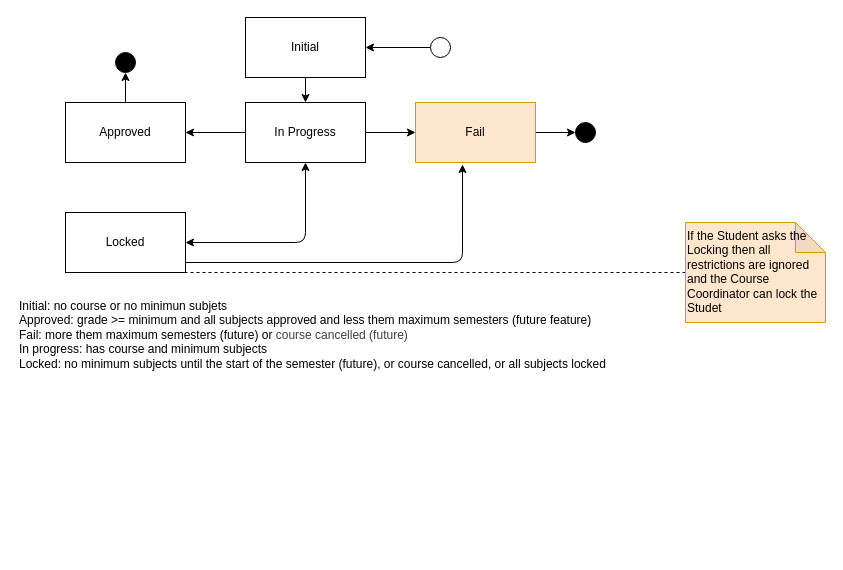
This is page "StudentState" (4 of 10) of architecture/components-phase1.drawio from douglasdcm/tdd_detroid, a draw.io file, before an edit. Source tidied: cells renumbered, new cells numbered last; positions are measured from the earlier drawing's top-left corner, leaving out a move shared by most shapes. Both pictures are drawn from the tidied source at 100%, with x=0, y=0 at pixel (17, 17).
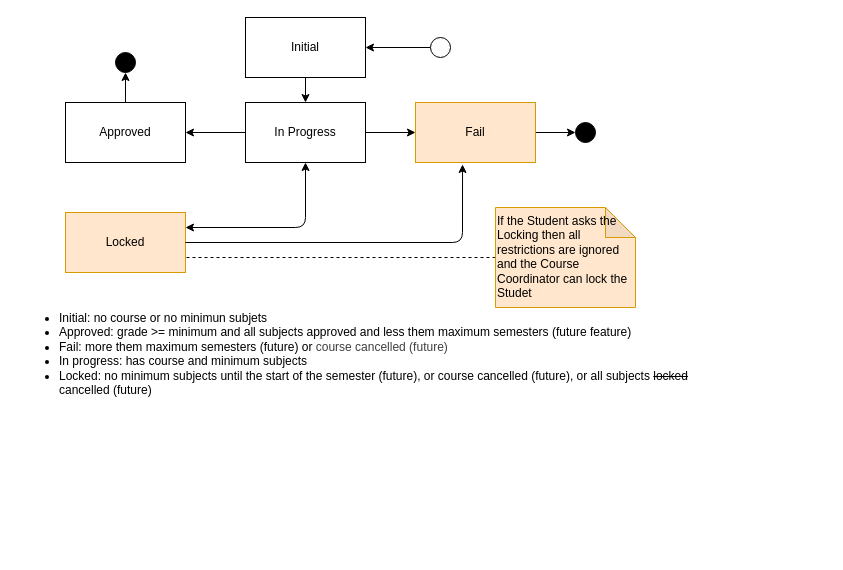
After the change.

Unchanged cells that the change refers to:
```xml
<mxCell id="7" value="In Progress" style="rounded=0;whiteSpace=wrap;html=1;" parent="1" vertex="1">
  <mxGeometry x="228" y="85" width="120" height="60" as="geometry" />
</mxCell>
<mxCell id="10" value="Fail" style="rounded=0;whiteSpace=wrap;html=1;fillColor=#ffe6cc;strokeColor=#d79b00;" parent="1" vertex="1">
  <mxGeometry x="398" y="85" width="120" height="60" as="geometry" />
</mxCell>
```

The edit, as a diff of the source:
```diff
@@
-    <mxCell id="2" style="edgeStyle=orthogonalEdgeStyle;html=1;entryX=1;entryY=0.5;entryDx=0;entryDy=0;exitX=0.5;exitY=1;exitDx=0;exitDy=0;startArrow=classic;startFill=1;" parent="1" edge="1" source="7" target="8">
-      <mxGeometry relative="1" as="geometry" />
+    <mxCell id="2" style="edgeStyle=orthogonalEdgeStyle;html=1;entryX=1;entryY=0.25;entryDx=0;entryDy=0;exitX=0.5;exitY=1;exitDx=0;exitDy=0;startArrow=classic;startFill=1;" parent="1" edge="1" source="7" target="8">
+      <mxGeometry relative="1" as="geometry">
+        <Array as="points">
+          <mxPoint x="288" y="210" />
+        </Array>
+      </mxGeometry>
     </mxCell>
@@
-    <mxCell id="8" value="Locked" style="rounded=0;whiteSpace=wrap;html=1;" parent="1" vertex="1">
+    <mxCell id="8" value="Locked" style="rounded=0;whiteSpace=wrap;html=1;fillColor=#ffe6cc;strokeColor=#d79b00;" parent="1" vertex="1">
       <mxGeometry x="48" y="195" width="120" height="60" as="geometry" />
     </mxCell>
@@
     <mxCell id="11" style="edgeStyle=orthogonalEdgeStyle;html=1;entryX=0.392;entryY=1.033;entryDx=0;entryDy=0;entryPerimeter=0;" parent="1" edge="1" source="8" target="10">
       <mxGeometry relative="1" as="geometry">
         <Array as="points">
-          <mxPoint x="445" y="245" />
+          <mxPoint x="445" y="225" />
         </Array>
       </mxGeometry>
     </mxCell>
@@
-    <mxCell id="16" value="&lt;div&gt;Initial: no course or no minimun subjets&lt;/div&gt;Approved: grade &amp;gt;= minimum and all subjects approved and less them maximum semesters (future feature)&lt;div&gt;Fail: more them maximum semesters (future) or&amp;nbsp;&lt;span style=&quot;color: rgb(63, 63, 63); background-color: transparent;&quot;&gt;course cancelled (future)&lt;/span&gt;&lt;/div&gt;&lt;div&gt;In progress: has course and minimum subjects&lt;/div&gt;&lt;div&gt;Locked: no minimum subjects until the start of the semester (future), or course cancelled, or all subjects locked&lt;/div&gt;" style="text;html=1;align=left;verticalAlign=top;whiteSpace=wrap;rounded=0;" parent="1" vertex="1">
+    <mxCell id="16" value="&lt;div&gt;&lt;ul&gt;&lt;li&gt;Initial: no course or no minimun subjets&lt;/li&gt;&lt;li&gt;Approved: grade &amp;gt;= minimum and all subjects approved and less them maximum semesters (future feature)&lt;/li&gt;&lt;li&gt;Fail: more them maximum semesters (future) or&amp;nbsp;&lt;span style=&quot;color: rgb(63, 63, 63); background-color: transparent;&quot;&gt;course cancelled (future)&lt;/span&gt;&lt;/li&gt;&lt;li&gt;In progress: has course and minimum subjects&lt;/li&gt;&lt;li&gt;Locked: no minimum subjects until the start of the semester (future), or course cancelled (future), or all subjects &lt;strike&gt;locked&lt;/strike&gt; cancelled (future)&lt;/li&gt;&lt;/ul&gt;&lt;/div&gt;" style="text;html=1;align=left;verticalAlign=top;whiteSpace=wrap;rounded=0;" parent="1" vertex="1">
       <mxGeometry y="275" width="700" height="260" as="geometry" />
     </mxCell>
@@
-    <mxCell id="19" style="edgeStyle=none;html=1;entryX=0.5;entryY=1;entryDx=0;entryDy=0;endArrow=none;endFill=0;dashed=1;" parent="1" edge="1" source="20" target="8">
+    <mxCell id="19" style="edgeStyle=none;html=1;entryX=1;entryY=0.75;entryDx=0;entryDy=0;endArrow=none;endFill=0;dashed=1;" parent="1" edge="1" source="20" target="8">
       <mxGeometry relative="1" as="geometry" />
     </mxCell>
     <mxCell id="20" value="If the Student asks the Locking then all restrictions are ignored and the Course Coordinator can lock the Studet&amp;nbsp;" style="shape=note;whiteSpace=wrap;html=1;backgroundOutline=1;darkOpacity=0.05;align=left;verticalAlign=top;fillColor=#ffe6cc;strokeColor=#d79b00;" parent="1" vertex="1">
-      <mxGeometry x="668" y="205" width="140" height="100" as="geometry" />
+      <mxGeometry x="478" y="190" width="140" height="100" as="geometry" />
     </mxCell>
```
